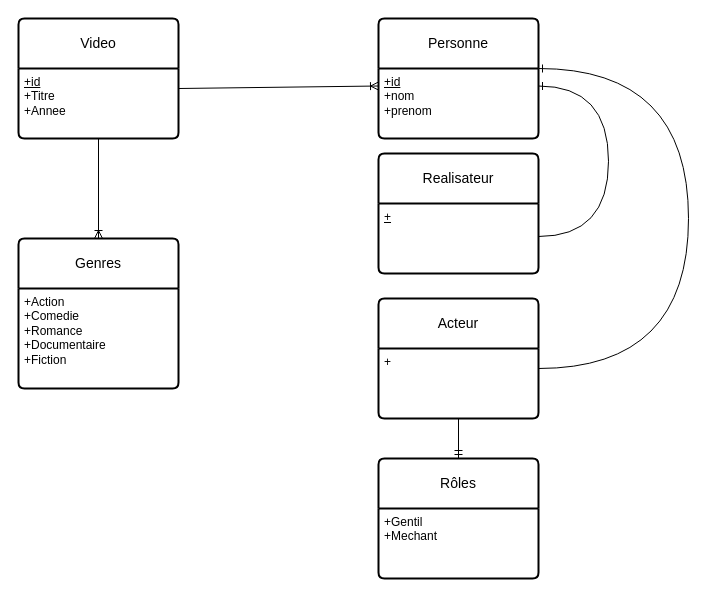
The draw.io diagram Diagramme sans nom.drawio in Thomas-Fleury/template-tb, before the edit. Source tidied: cells renumbered, new cells numbered last; positions are measured from the earlier drawing's top-left corner, leaving out a move shared by most shapes. Both pictures are drawn from the tidied source at 100%, with x=0, y=0 at pixel (18, 18).
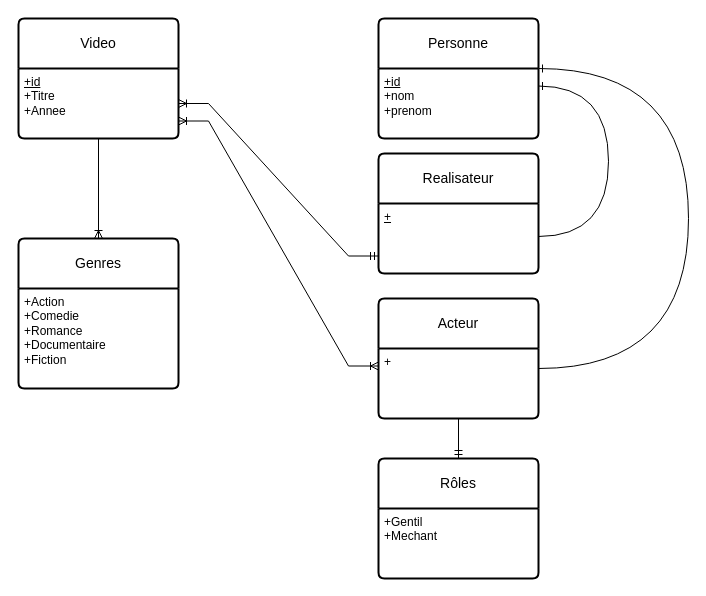
After the change.

Unchanged cells that the change refers to:
```xml
<mxCell id="8" value="&lt;u&gt;+id&lt;/u&gt;&lt;br&gt;+Titre&lt;br&gt;+Annee" style="align=left;strokeColor=none;fillColor=none;spacingLeft=4;fontSize=12;verticalAlign=top;html=1;" parent="7" vertex="1">
  <mxGeometry y="50" width="160" height="70" as="geometry" />
</mxCell>
<mxCell id="10" value="+" style="align=left;strokeColor=none;fillColor=none;spacingLeft=4;fontSize=12;verticalAlign=top;html=1;" parent="9" vertex="1">
  <mxGeometry y="50" width="160" height="70" as="geometry" />
</mxCell>
<mxCell id="12" value="&lt;u&gt;+&lt;/u&gt;" style="align=left;strokeColor=none;fillColor=none;spacingLeft=4;fontSize=12;verticalAlign=top;html=1;" parent="11" vertex="1">
  <mxGeometry y="50" width="160" height="70" as="geometry" />
</mxCell>
<mxCell id="14" value="&lt;u&gt;+id&lt;/u&gt;&lt;br&gt;+nom&lt;br&gt;+prenom" style="align=left;strokeColor=none;fillColor=none;spacingLeft=4;fontSize=12;verticalAlign=top;html=1;" parent="13" vertex="1">
  <mxGeometry y="50" width="160" height="70" as="geometry" />
</mxCell>
```

What changed in the source:
```diff
@@
-    <mxCell id="18" style="fontSize=12;html=1;endArrow=ERoneToMany;rounded=0;entryX=0;entryY=0.25;entryDx=0;entryDy=0;" parent="1" edge="1" target="14">
-      <mxGeometry relative="1" as="geometry">
-        <mxPoint x="160" y="70" as="sourcePoint" />
-      </mxGeometry>
-    </mxCell>
@@
+    <mxCell id="20" style="edgeStyle=entityRelationEdgeStyle;fontSize=12;html=1;endArrow=ERoneToMany;startArrow=ERmandOne;rounded=0;entryX=1;entryY=0.5;entryDx=0;entryDy=0;exitX=0;exitY=0.75;exitDx=0;exitDy=0;" parent="1" edge="1" source="12" target="8">
+      <mxGeometry relative="1" as="geometry" />
+    </mxCell>
+    <mxCell id="21" style="edgeStyle=entityRelationEdgeStyle;fontSize=12;html=1;endArrow=ERoneToMany;startArrow=ERoneToMany;rounded=0;exitX=1;exitY=0.75;exitDx=0;exitDy=0;entryX=0;entryY=0.25;entryDx=0;entryDy=0;" parent="1" edge="1" source="8" target="10">
+      <mxGeometry relative="1" as="geometry" />
+    </mxCell>
```
